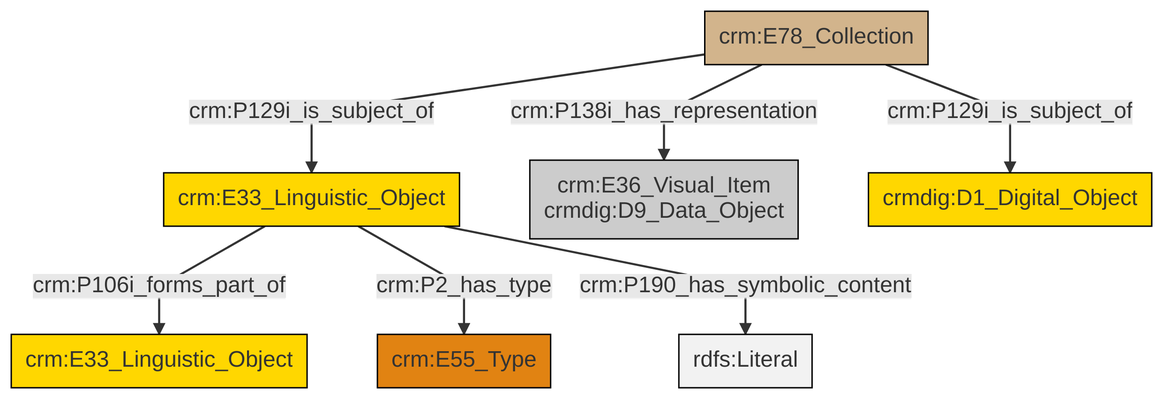
swiss-art-research-net/docs.swissartresearch keeps this Mermaid diagram as et/archivalCSV/ttl/mmd/png/archival_docs.png. Above is the earlier version. Its source is kept beside it as et/archivalCSV/ttl/mmd/archival_docs.ttl.mmd.
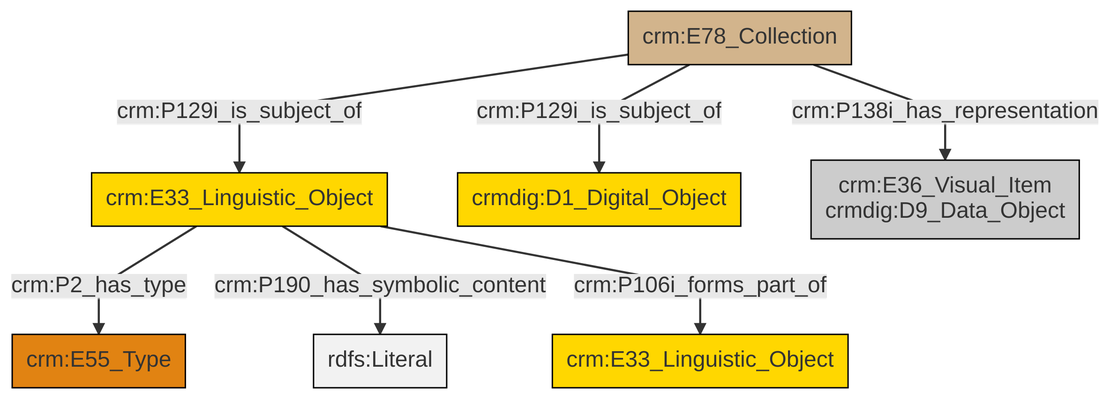
Above is the later version.

Change to the diagram source:
```diff
@@ -13,9 +13,9 @@
 classDef PC_Classes fill:#4ce600, stroke:#000000;
 classDef Multi fill:#cccccc,stroke:#000000;
 
-0["crm:E33_Linguistic_Object"]:::Conceptual_Object -->|crm:P106i_forms_part_of| 1["crm:E33_Linguistic_Object"]:::Conceptual_Object
-0["crm:E33_Linguistic_Object"]:::Conceptual_Object -->|crm:P2_has_type| 2["crm:E55_Type"]:::Type
-3["crm:E78_Collection"]:::Physical_Thing -->|crm:P138i_has_representation| 4["crm:E36_Visual_Item<br>crmdig:D9_Data_Object"]:::Multi
-3["crm:E78_Collection"]:::Physical_Thing -->|crm:P129i_is_subject_of| 0["crm:E33_Linguistic_Object"]:::Conceptual_Object
-3["crm:E78_Collection"]:::Physical_Thing -->|crm:P129i_is_subject_of| 9["crmdig:D1_Digital_Object"]:::Conceptual_Object
-0["crm:E33_Linguistic_Object"]:::Conceptual_Object -->|crm:P190_has_symbolic_content| 13[rdfs:Literal]:::Literal
+0["crm:E33_Linguistic_Object"]:::Conceptual_Object -->|crm:P2_has_type| 1["crm:E55_Type"]:::Type
+2["crm:E78_Collection"]:::Physical_Thing -->|crm:P129i_is_subject_of| 3["crmdig:D1_Digital_Object"]:::Conceptual_Object
+2["crm:E78_Collection"]:::Physical_Thing -->|crm:P138i_has_representation| 4["crm:E36_Visual_Item<br>crmdig:D9_Data_Object"]:::Multi
+0["crm:E33_Linguistic_Object"]:::Conceptual_Object -->|crm:P190_has_symbolic_content| 7[rdfs:Literal]:::Literal
+0["crm:E33_Linguistic_Object"]:::Conceptual_Object -->|crm:P106i_forms_part_of| 11["crm:E33_Linguistic_Object"]:::Conceptual_Object
+2["crm:E78_Collection"]:::Physical_Thing -->|crm:P129i_is_subject_of| 0["crm:E33_Linguistic_Object"]:::Conceptual_Object
```
